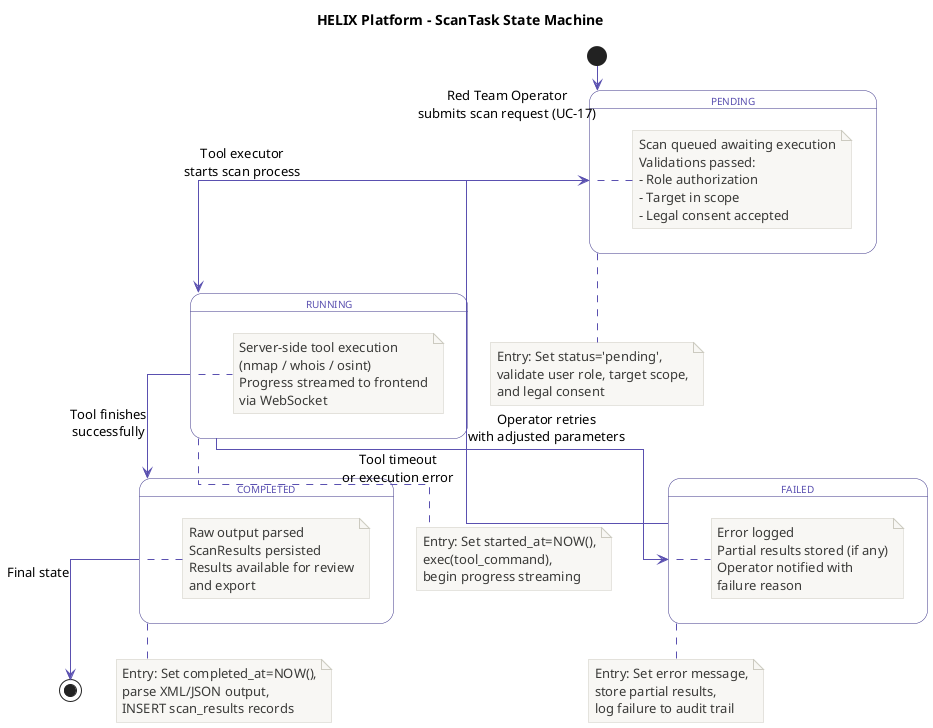
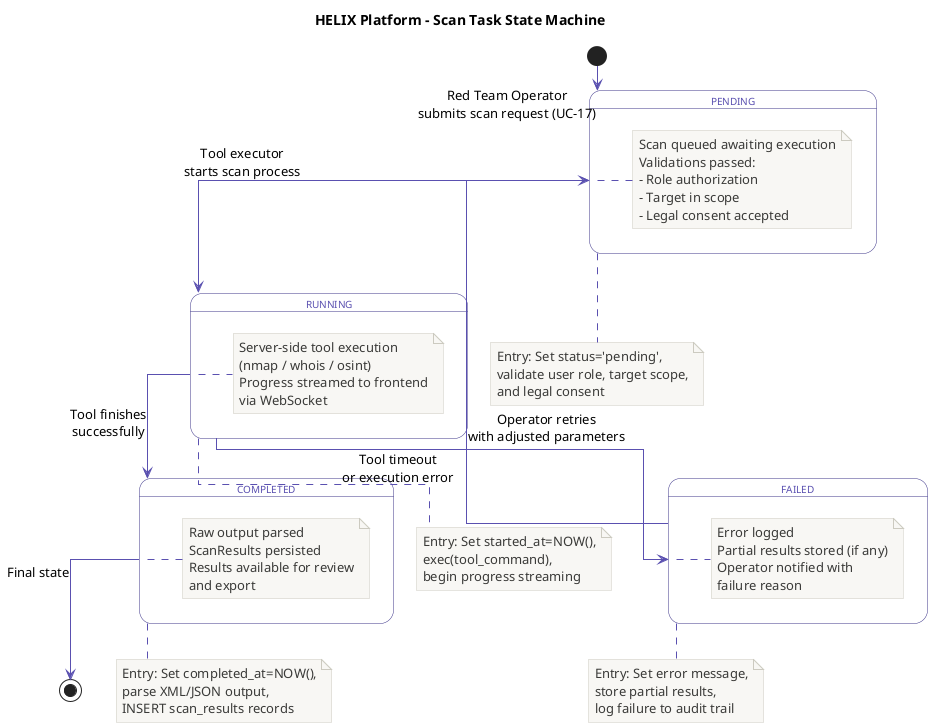
@startuml state_scan_task
- title HELIX Platform – ScanTask State Machine
+ title HELIX Platform – Scan Task State Machine

skinparam shadowing false
skinparam linetype ortho
skinparam state {
    BackgroundColor #FFFFFF
    BorderColor #3C3489
    FontColor #3C3489
    FontSize 12
    AttributeFontColor #5A50B0
    AttributeFontSize 10
}
skinparam ArrowColor #5A50B0
skinparam NoteBackgroundColor #F8F7F4
skinparam NoteBorderColor #CCCAC0
skinparam NoteFontColor #3A3A38

[*] --> PENDING : Red Team Operator\nsubmits scan request (UC-17)

state PENDING {
    note right: Scan queued awaiting execution\nValidations passed:\n- Role authorization\n- Target in scope\n- Legal consent accepted
}

PENDING --> RUNNING : Tool executor\nstarts scan process

state RUNNING {
    note right: Server-side tool execution\n(nmap / whois / osint)\nProgress streamed to frontend\nvia WebSocket
}

RUNNING --> COMPLETED : Tool finishes\nsuccessfully

state COMPLETED {
    note right: Raw output parsed\nScanResults persisted\nResults available for review\nand export
}

COMPLETED --> [*] : Final state

RUNNING --> FAILED : Tool timeout\nor execution error

state FAILED {
    note right: Error logged\nPartial results stored (if any)\nOperator notified with\nfailure reason
}

FAILED --> PENDING : Operator retries\nwith adjusted parameters

note bottom of PENDING
    Entry: Set status='pending',
    validate user role, target scope,
    and legal consent
end note

note bottom of RUNNING
    Entry: Set started_at=NOW(),
    exec(tool_command),
    begin progress streaming
end note

note bottom of COMPLETED
    Entry: Set completed_at=NOW(),
    parse XML/JSON output,
    INSERT scan_results records
end note

note bottom of FAILED
    Entry: Set error message,
    store partial results,
    log failure to audit trail
end note

@enduml
